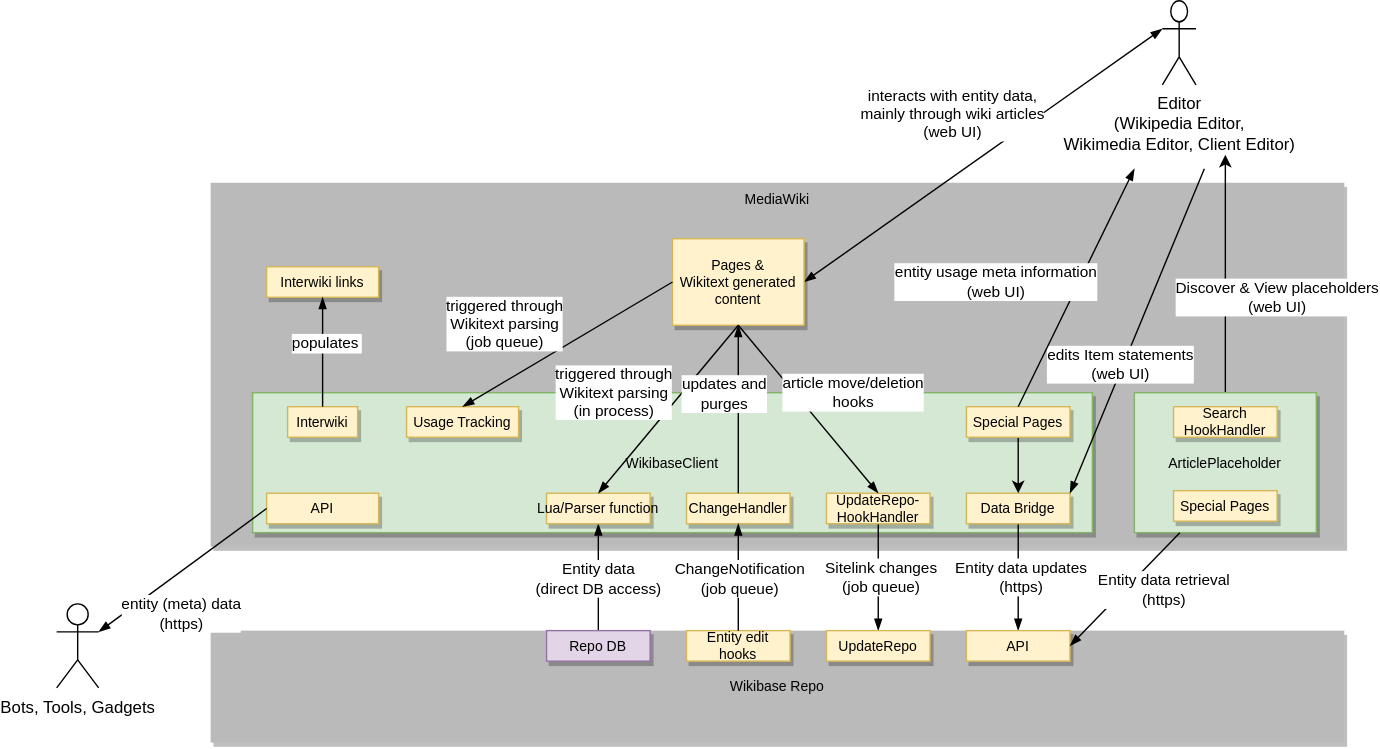
This is systems/Client/diagrams/03-technical-context-old.drawio.svg from wmde/wikidata-wikibase-architecture, a draw.io export, as it was before one commit. Source tidied: cells renumbered, new cells last; positions are measured from the earlier drawing's top-left corner, leaving out a move shared by most shapes.
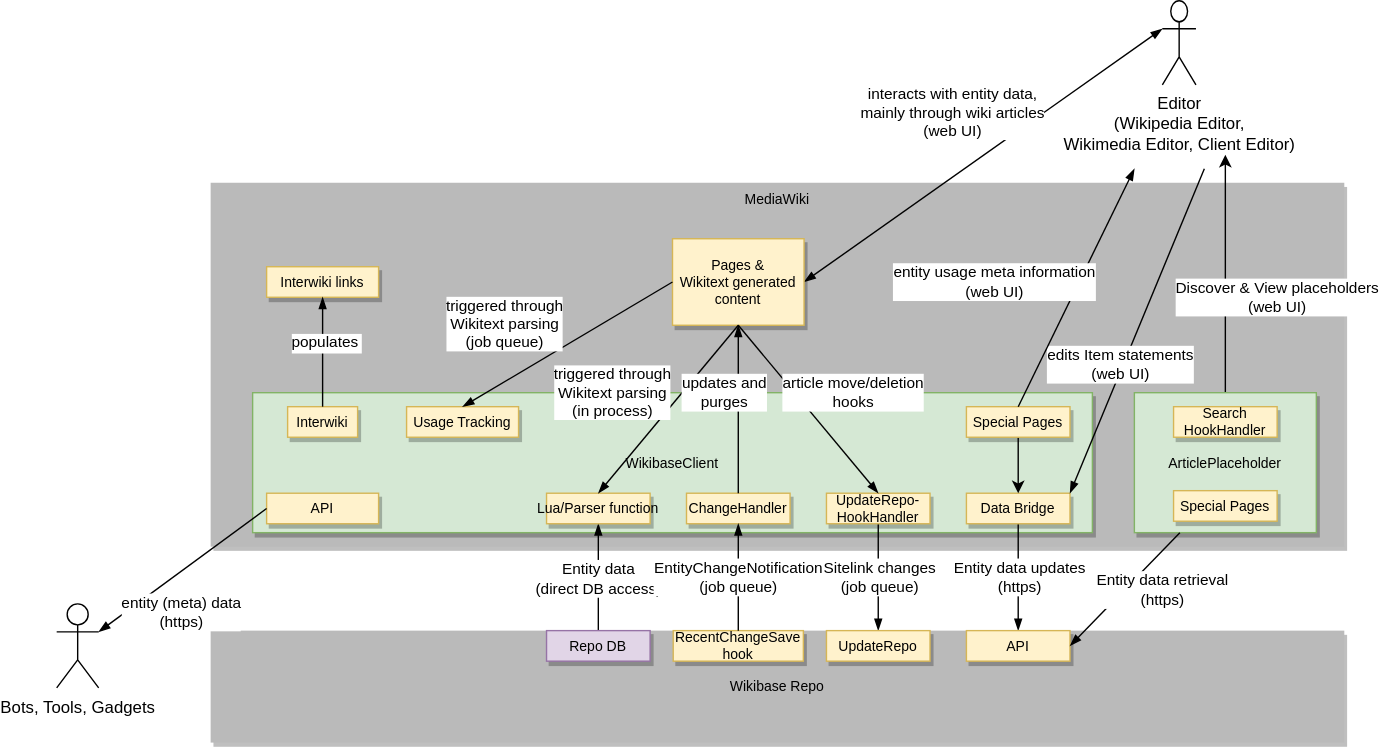
Above is the later version.

The edit, as a diff of the source:
```diff
@@ -64,13 +64,13 @@
     <mxCell id="19" value="ChangeHandler" style="rounded=0;shadow=1;fontSize=10;strokeColor=#d6b656;direction=west;fillColor=#fff2cc;" parent="1" vertex="1">
       <mxGeometry x="450" y="351.8" width="74" height="21.8" as="geometry" />
     </mxCell>
-    <mxCell id="20" value="Entity edit&#10;hooks" style="rounded=0;shadow=1;fontSize=10;strokeColor=#d6b656;direction=west;fillColor=#fff2cc;" parent="1" vertex="1">
-      <mxGeometry x="450" y="450" width="74" height="21.8" as="geometry" />
+    <mxCell id="20" value="RecentChangeSave&#10;hook" style="rounded=0;shadow=1;fontSize=10;strokeColor=#d6b656;direction=west;fillColor=#fff2cc;" parent="1" vertex="1">
+      <mxGeometry x="440.5" y="450" width="93" height="21.8" as="geometry" />
     </mxCell>
     <mxCell id="21" style="rounded=0;jettySize=auto;html=1;endArrow=blockThin;endFill=1;entryX=0.5;entryY=0;entryDx=0;entryDy=0;exitX=0.5;exitY=1;exitDx=0;exitDy=0;" parent="1" edge="1" source="20" target="19">
       <mxGeometry relative="1" as="geometry" />
     </mxCell>
-    <mxCell id="22" value="ChangeNotification&lt;br&gt;(job queue)" style="edgeLabel;html=1;align=center;verticalAlign=middle;" parent="21" vertex="1">
+    <mxCell id="22" value="EntityChangeNotification&lt;br&gt;(job queue)" style="edgeLabel;html=1;align=center;verticalAlign=middle;" parent="21" vertex="1">
       <mxGeometry x="0.2" relative="1" as="geometry">
         <mxPoint x="0.1" y="8" as="offset" />
       </mxGeometry>
```
